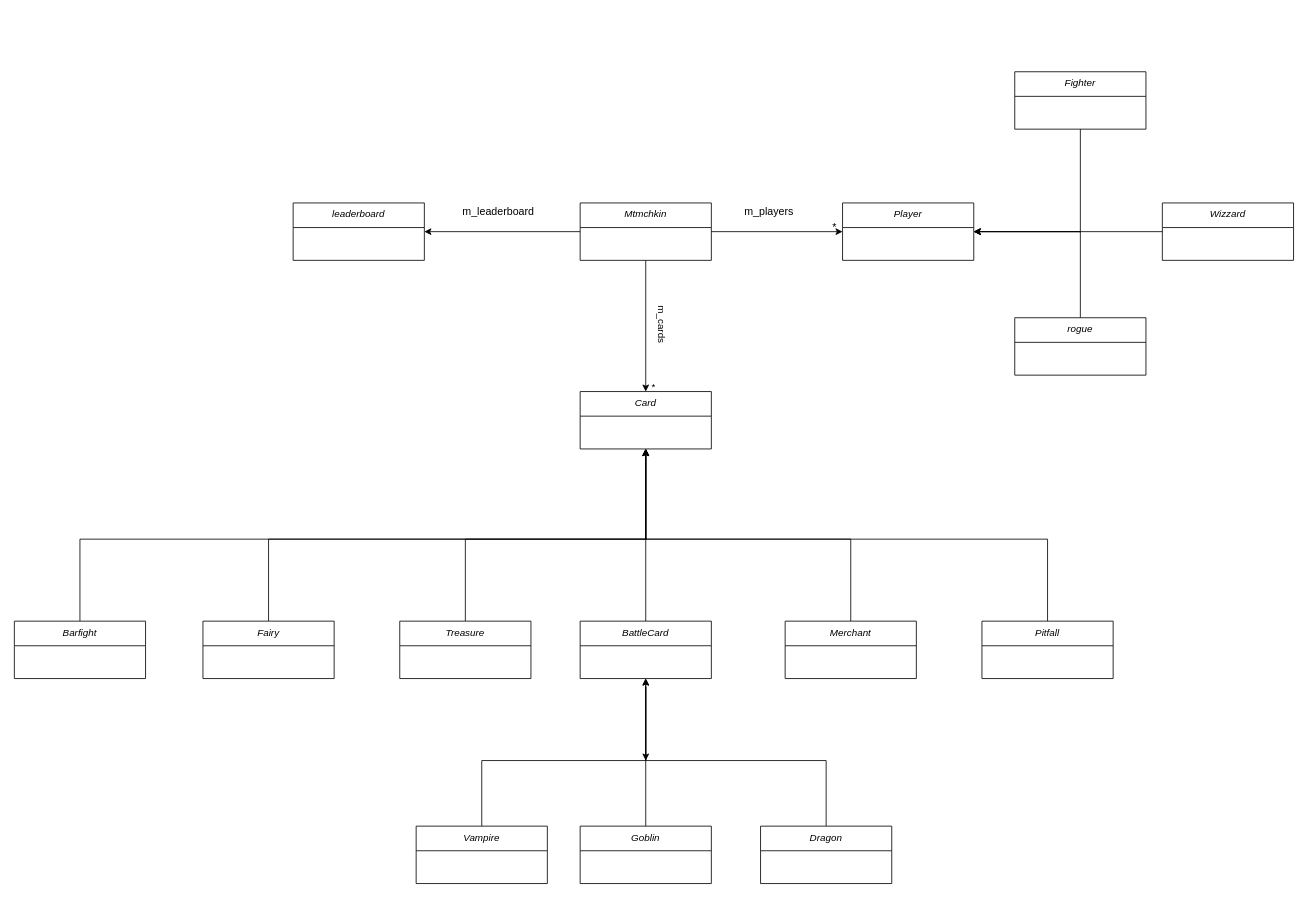
Above: hw_4_uml.drawio in tomash516/diagram (draw.io), before the change. Source tidied: cells renumbered, new cells numbered last; positions are measured from the earlier drawing's top-left corner, leaving out a move shared by most shapes. Both pictures are drawn from the tidied source at 82%, with x=0, y=0 at pixel (14, 71).
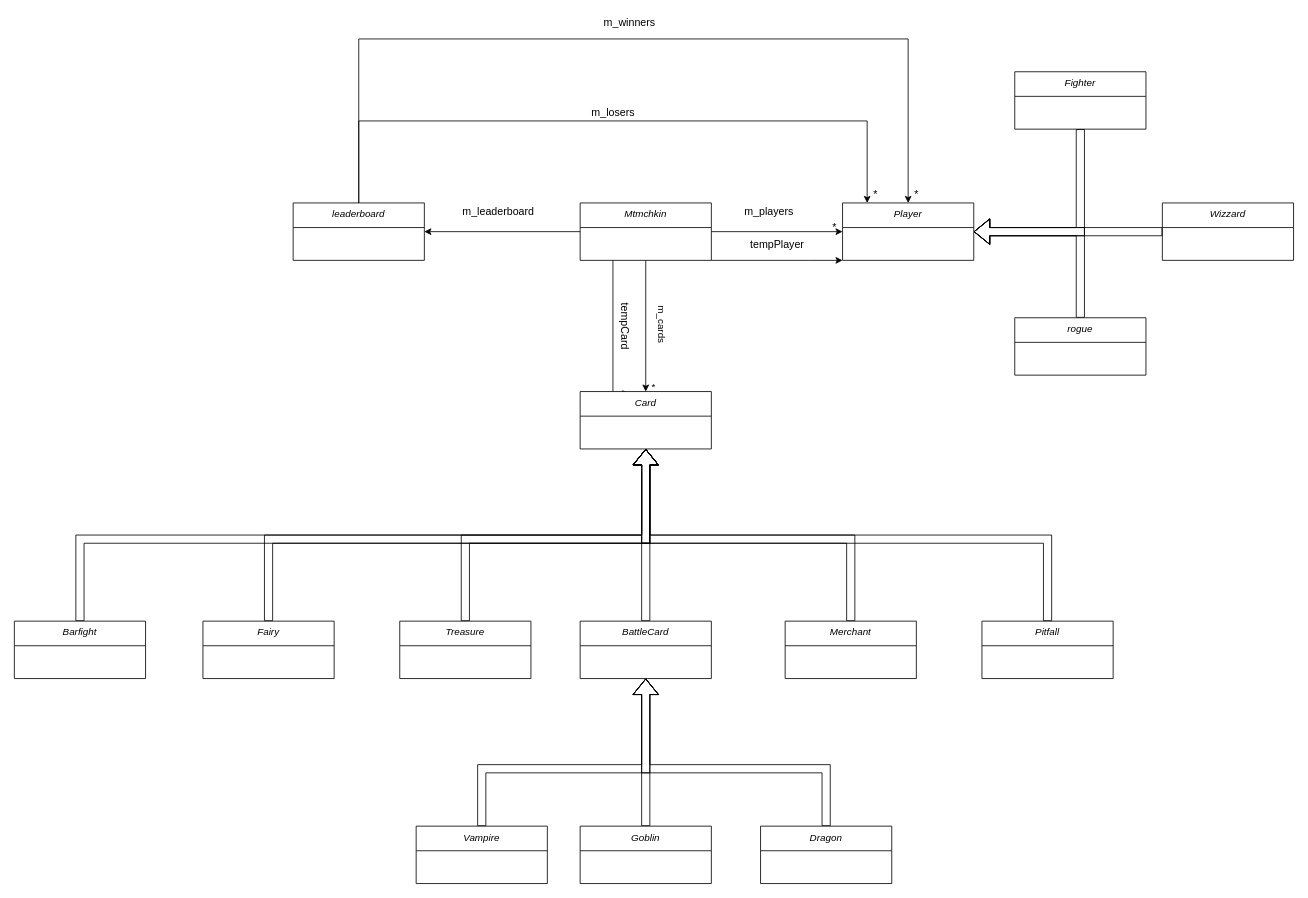
The same page after the edit.

Unchanged cells that the change refers to:
```xml
<mxCell id="5" value="Mtmchkin" style="swimlane;fontStyle=2;align=center;verticalAlign=top;horizontal=1;startSize=30;rounded=0;shadow=0;strokeWidth=1;" parent="1" vertex="1">
  <mxGeometry x="690" y="160" width="160" height="70" as="geometry" />
</mxCell>
<mxCell id="6" value="leaderboard" style="swimlane;fontStyle=2;align=center;verticalAlign=top;horizontal=1;startSize=30;rounded=0;shadow=0;strokeWidth=1;" parent="1" vertex="1">
  <mxGeometry x="340" y="160" width="160" height="70" as="geometry" />
</mxCell>
<mxCell id="7" value="Player" style="swimlane;fontStyle=2;align=center;verticalAlign=top;horizontal=1;startSize=30;rounded=0;shadow=0;strokeWidth=1;" parent="1" vertex="1">
  <mxGeometry x="1010" y="160" width="160" height="70" as="geometry" />
</mxCell>
<mxCell id="9" value="Card" style="swimlane;fontStyle=2;align=center;verticalAlign=top;horizontal=1;startSize=30;rounded=0;shadow=0;strokeWidth=1;" parent="1" vertex="1">
  <mxGeometry x="690" y="390" width="160" height="70" as="geometry" />
</mxCell>
<mxCell id="10" value="*" style="text;html=1;strokeColor=none;fillColor=none;align=center;verticalAlign=middle;whiteSpace=wrap;rounded=0;" parent="1" vertex="1">
  <mxGeometry x="750" y="370" width="60" height="30" as="geometry" />
</mxCell>
<mxCell id="15" value="Wizzard" style="swimlane;fontStyle=2;align=center;verticalAlign=top;horizontal=1;startSize=30;rounded=0;shadow=0;strokeWidth=1;" parent="1" vertex="1">
  <mxGeometry x="1400" y="160" width="160" height="70" as="geometry" />
</mxCell>
<mxCell id="17" value="Fighter" style="swimlane;fontStyle=2;align=center;verticalAlign=top;horizontal=1;startSize=30;rounded=0;shadow=0;strokeWidth=1;" parent="1" vertex="1">
  <mxGeometry x="1220" width="160" height="70" as="geometry" />
</mxCell>
<mxCell id="19" value="rogue" style="swimlane;fontStyle=2;align=center;verticalAlign=top;horizontal=1;startSize=30;rounded=0;shadow=0;strokeWidth=1;" parent="1" vertex="1">
  <mxGeometry x="1220" y="300" width="160" height="70" as="geometry" />
</mxCell>
<mxCell id="21" value="BattleCard" style="swimlane;fontStyle=2;align=center;verticalAlign=top;horizontal=1;startSize=30;rounded=0;shadow=0;strokeWidth=1;" parent="1" vertex="1">
  <mxGeometry x="690" y="670" width="160" height="70" as="geometry" />
</mxCell>
<mxCell id="23" value="Pitfall" style="swimlane;fontStyle=2;align=center;verticalAlign=top;horizontal=1;startSize=30;rounded=0;shadow=0;strokeWidth=1;" parent="1" vertex="1">
  <mxGeometry x="1180" y="670" width="160" height="70" as="geometry" />
</mxCell>
<mxCell id="25" value="Merchant" style="swimlane;fontStyle=2;align=center;verticalAlign=top;horizontal=1;startSize=30;rounded=0;shadow=0;strokeWidth=1;" parent="1" vertex="1">
  <mxGeometry x="940" y="670" width="160" height="70" as="geometry" />
</mxCell>
<mxCell id="27" value="Treasure" style="swimlane;fontStyle=2;align=center;verticalAlign=top;horizontal=1;startSize=30;rounded=0;shadow=0;strokeWidth=1;" parent="1" vertex="1">
  <mxGeometry x="470" y="670" width="160" height="70" as="geometry" />
</mxCell>
<mxCell id="29" value="Fairy" style="swimlane;fontStyle=2;align=center;verticalAlign=top;horizontal=1;startSize=30;rounded=0;shadow=0;strokeWidth=1;" parent="1" vertex="1">
  <mxGeometry x="230" y="670" width="160" height="70" as="geometry" />
</mxCell>
<mxCell id="31" value="Barfight" style="swimlane;fontStyle=2;align=center;verticalAlign=top;horizontal=1;startSize=30;rounded=0;shadow=0;strokeWidth=1;" parent="1" vertex="1">
  <mxGeometry y="670" width="160" height="70" as="geometry" />
</mxCell>
<mxCell id="33" value="Goblin" style="swimlane;fontStyle=2;align=center;verticalAlign=top;horizontal=1;startSize=30;rounded=0;shadow=0;strokeWidth=1;" parent="1" vertex="1">
  <mxGeometry x="690" y="920" width="160" height="70" as="geometry" />
</mxCell>
<mxCell id="35" value="Dragon" style="swimlane;fontStyle=2;align=center;verticalAlign=top;horizontal=1;startSize=30;rounded=0;shadow=0;strokeWidth=1;" parent="1" vertex="1">
  <mxGeometry x="910" y="920" width="160" height="70" as="geometry" />
</mxCell>
<mxCell id="37" value="Vampire" style="swimlane;fontStyle=2;align=center;verticalAlign=top;horizontal=1;startSize=30;rounded=0;shadow=0;strokeWidth=1;" parent="1" vertex="1">
  <mxGeometry x="490" y="920" width="160" height="70" as="geometry" />
</mxCell>
```

Diff of the diagram source:
```diff
@@
+    <mxCell id="38" style="edgeStyle=orthogonalEdgeStyle;rounded=0;jettySize=auto;html=1;entryX=0;entryY=0.75;entryDx=0;entryDy=0;fontSize=13;" parent="1" edge="1" source="5" target="10">
+      <mxGeometry relative="1" as="geometry">
+        <Array as="points">
+          <mxPoint x="730" y="393" />
+        </Array>
+      </mxGeometry>
+    </mxCell>
+    <mxCell id="39" style="edgeStyle=orthogonalEdgeStyle;rounded=0;jettySize=auto;html=1;entryX=0;entryY=1;entryDx=0;entryDy=0;fontSize=13;" parent="1" edge="1" source="5" target="7">
+      <mxGeometry relative="1" as="geometry">
+        <Array as="points">
+          <mxPoint x="970" y="230" />
+          <mxPoint x="970" y="230" />
+        </Array>
+      </mxGeometry>
+    </mxCell>
@@
+    <mxCell id="40" style="edgeStyle=orthogonalEdgeStyle;rounded=0;jettySize=auto;html=1;fontSize=13;entryX=0.5;entryY=0;entryDx=0;entryDy=0;" parent="1" edge="1" source="6" target="7">
+      <mxGeometry relative="1" as="geometry">
+        <Array as="points">
+          <mxPoint x="420" y="-40" />
+          <mxPoint x="1090" y="-40" />
+        </Array>
+      </mxGeometry>
+    </mxCell>
+    <mxCell id="41" style="edgeStyle=orthogonalEdgeStyle;rounded=0;jettySize=auto;html=1;fontSize=13;" parent="1" edge="1" source="6">
+      <mxGeometry relative="1" as="geometry">
+        <mxPoint x="1040" y="160" as="targetPoint" />
+        <Array as="points">
+          <mxPoint x="420" y="60" />
+        </Array>
+      </mxGeometry>
+    </mxCell>
@@
-    <mxCell id="14" style="edgeStyle=orthogonalEdgeStyle;rounded=0;jettySize=auto;html=1;entryX=1;entryY=0.5;entryDx=0;entryDy=0;fontSize=13;" parent="1" edge="1" source="15" target="7">
+    <mxCell id="14" style="edgeStyle=orthogonalEdgeStyle;rounded=0;jettySize=auto;html=1;entryX=1;entryY=0.5;entryDx=0;entryDy=0;fontSize=13;shape=flexArrow;" parent="1" edge="1" source="15" target="7">
       <mxGeometry relative="1" as="geometry" />
     </mxCell>
@@
-    <mxCell id="16" style="edgeStyle=orthogonalEdgeStyle;rounded=0;jettySize=auto;html=1;fontSize=13;entryX=1;entryY=0.5;entryDx=0;entryDy=0;" parent="1" edge="1" source="17" target="7">
+    <mxCell id="16" style="edgeStyle=orthogonalEdgeStyle;rounded=0;jettySize=auto;html=1;fontSize=13;entryX=1;entryY=0.5;entryDx=0;entryDy=0;shape=flexArrow;" parent="1" edge="1" source="17" target="7">
       <mxGeometry relative="1" as="geometry">
         <Array as="points">
           <mxPoint x="1300" y="195" />
         </Array>
       </mxGeometry>
     </mxCell>
@@
-    <mxCell id="18" style="edgeStyle=orthogonalEdgeStyle;rounded=0;jettySize=auto;html=1;fontSize=13;entryX=1;entryY=0.5;entryDx=0;entryDy=0;" parent="1" edge="1" source="19" target="7">
+    <mxCell id="18" style="edgeStyle=orthogonalEdgeStyle;rounded=0;jettySize=auto;html=1;fontSize=13;entryX=1;entryY=0.5;entryDx=0;entryDy=0;shape=flexArrow;" parent="1" edge="1" source="19" target="7">
       <mxGeometry relative="1" as="geometry">
         <Array as="points">
           <mxPoint x="1300" y="195" />
         </Array>
       </mxGeometry>
     </mxCell>
@@
-    <mxCell id="20" style="edgeStyle=orthogonalEdgeStyle;rounded=0;jettySize=auto;html=1;entryX=0.5;entryY=1;entryDx=0;entryDy=0;fontSize=13;" parent="1" edge="1" source="21" target="9">
+    <mxCell id="20" style="edgeStyle=orthogonalEdgeStyle;rounded=0;jettySize=auto;html=1;entryX=0.5;entryY=1;entryDx=0;entryDy=0;fontSize=13;shape=flexArrow;" parent="1" edge="1" source="21" target="9">
       <mxGeometry relative="1" as="geometry" />
     </mxCell>
@@
-    <mxCell id="22" style="edgeStyle=orthogonalEdgeStyle;rounded=0;jettySize=auto;html=1;entryX=0.5;entryY=1;entryDx=0;entryDy=0;fontSize=13;" parent="1" edge="1" source="23" target="9">
+    <mxCell id="22" style="edgeStyle=orthogonalEdgeStyle;rounded=0;jettySize=auto;html=1;entryX=0.5;entryY=1;entryDx=0;entryDy=0;fontSize=13;shape=flexArrow;" parent="1" edge="1" source="23" target="9">
       <mxGeometry relative="1" as="geometry">
         <Array as="points">
           <mxPoint x="1260" y="570" />
           <mxPoint x="770" y="570" />
         </Array>
       </mxGeometry>
     </mxCell>
@@
-    <mxCell id="24" style="edgeStyle=orthogonalEdgeStyle;rounded=0;jettySize=auto;html=1;fontSize=13;entryX=0.5;entryY=1;entryDx=0;entryDy=0;" parent="1" edge="1" source="25" target="9">
+    <mxCell id="24" style="edgeStyle=orthogonalEdgeStyle;rounded=0;jettySize=auto;html=1;fontSize=13;entryX=0.5;entryY=1;entryDx=0;entryDy=0;shape=flexArrow;" parent="1" edge="1" source="25" target="9">
       <mxGeometry relative="1" as="geometry">
         <Array as="points">
           <mxPoint x="1020" y="570" />
           <mxPoint x="770" y="570" />
         </Array>
       </mxGeometry>
     </mxCell>
@@
-    <mxCell id="26" style="edgeStyle=orthogonalEdgeStyle;rounded=0;jettySize=auto;html=1;entryX=0.5;entryY=1;entryDx=0;entryDy=0;fontSize=13;" parent="1" edge="1" source="27" target="9">
+    <mxCell id="26" style="edgeStyle=orthogonalEdgeStyle;rounded=0;jettySize=auto;html=1;entryX=0.5;entryY=1;entryDx=0;entryDy=0;fontSize=13;shape=flexArrow;" parent="1" edge="1" source="27" target="9">
       <mxGeometry relative="1" as="geometry">
         <Array as="points">
           <mxPoint x="550" y="570" />
           <mxPoint x="770" y="570" />
         </Array>
       </mxGeometry>
     </mxCell>
@@
-    <mxCell id="28" style="edgeStyle=orthogonalEdgeStyle;rounded=0;jettySize=auto;html=1;entryX=0.5;entryY=1;entryDx=0;entryDy=0;fontSize=13;" parent="1" edge="1" source="29" target="9">
+    <mxCell id="28" style="edgeStyle=orthogonalEdgeStyle;rounded=0;jettySize=auto;html=1;entryX=0.5;entryY=1;entryDx=0;entryDy=0;fontSize=13;shape=flexArrow;" parent="1" edge="1" source="29" target="9">
       <mxGeometry relative="1" as="geometry">
         <Array as="points">
           <mxPoint x="310" y="570" />
           <mxPoint x="770" y="570" />
         </Array>
       </mxGeometry>
     </mxCell>
@@
-    <mxCell id="30" style="edgeStyle=orthogonalEdgeStyle;rounded=0;jettySize=auto;html=1;fontSize=13;" parent="1" edge="1" source="31">
+    <mxCell id="30" style="edgeStyle=orthogonalEdgeStyle;rounded=0;jettySize=auto;html=1;fontSize=13;shape=flexArrow;" parent="1" edge="1" source="31">
       <mxGeometry relative="1" as="geometry">
         <mxPoint x="770" y="460" as="targetPoint" />
         <Array as="points">
           <mxPoint x="80" y="570" />
           <mxPoint x="770" y="570" />
         </Array>
       </mxGeometry>
     </mxCell>
@@
-    <mxCell id="32" style="edgeStyle=orthogonalEdgeStyle;rounded=0;jettySize=auto;html=1;fontSize=13;" parent="1" edge="1" source="33">
-      <mxGeometry relative="1" as="geometry">
-        <mxPoint x="770" y="840" as="targetPoint" />
-        <Array as="points">
-          <mxPoint x="770" y="750" />
-          <mxPoint x="770" y="750" />
-        </Array>
-      </mxGeometry>
-    </mxCell>
+    <mxCell id="42" style="edgeStyle=orthogonalEdgeStyle;shape=flexArrow;rounded=0;jettySize=auto;html=1;entryX=0.5;entryY=1;entryDx=0;entryDy=0;fontSize=13;" parent="1" edge="1" source="33" target="21">
+      <mxGeometry relative="1" as="geometry" />
+    </mxCell>
@@
-    <mxCell id="34" style="edgeStyle=orthogonalEdgeStyle;rounded=0;jettySize=auto;html=1;entryX=0.5;entryY=1;entryDx=0;entryDy=0;fontSize=13;" parent="1" edge="1" source="35" target="21">
-      <mxGeometry relative="1" as="geometry">
-        <Array as="points">
-          <mxPoint x="990" y="840" />
-          <mxPoint x="770" y="840" />
-        </Array>
-      </mxGeometry>
-    </mxCell>
+    <mxCell id="43" style="edgeStyle=orthogonalEdgeStyle;shape=flexArrow;rounded=0;jettySize=auto;html=1;fontSize=13;" parent="1" edge="1" source="35">
+      <mxGeometry relative="1" as="geometry">
+        <mxPoint x="770" y="740" as="targetPoint" />
+        <Array as="points">
+          <mxPoint x="990" y="850" />
+          <mxPoint x="770" y="850" />
+        </Array>
+      </mxGeometry>
+    </mxCell>
@@
-    <mxCell id="36" style="edgeStyle=orthogonalEdgeStyle;rounded=0;jettySize=auto;html=1;entryX=0.5;entryY=1;entryDx=0;entryDy=0;fontSize=13;" parent="1" edge="1" source="37" target="21">
-      <mxGeometry relative="1" as="geometry">
-        <Array as="points">
-          <mxPoint x="570" y="840" />
-          <mxPoint x="770" y="840" />
-        </Array>
-      </mxGeometry>
-    </mxCell>
+    <mxCell id="44" style="edgeStyle=orthogonalEdgeStyle;shape=flexArrow;rounded=0;jettySize=auto;html=1;fontSize=13;" parent="1" edge="1" source="37">
+      <mxGeometry relative="1" as="geometry">
+        <mxPoint x="770" y="740" as="targetPoint" />
+        <Array as="points">
+          <mxPoint x="570" y="850" />
+          <mxPoint x="770" y="850" />
+        </Array>
+      </mxGeometry>
+    </mxCell>
@@
+    <mxCell id="45" value="*" style="text;html=1;align=center;verticalAlign=middle;strokeColor=none;fillColor=none;fontSize=13;" parent="1" vertex="1">
+      <mxGeometry x="1090" y="140" width="20" height="20" as="geometry" />
+    </mxCell>
+    <mxCell id="46" value="m_winners" style="text;html=1;align=center;verticalAlign=middle;strokeColor=none;fillColor=none;fontSize=13;" parent="1" vertex="1">
+      <mxGeometry x="710" y="-70" width="80" height="20" as="geometry" />
+    </mxCell>
+    <mxCell id="47" value="*" style="text;html=1;align=center;verticalAlign=middle;strokeColor=none;fillColor=none;fontSize=13;" parent="1" vertex="1">
+      <mxGeometry x="1040" y="140" width="20" height="20" as="geometry" />
+    </mxCell>
+    <mxCell id="48" value="m_losers" style="text;html=1;align=center;verticalAlign=middle;strokeColor=none;fillColor=none;fontSize=13;" parent="1" vertex="1">
+      <mxGeometry x="695" y="40" width="70" height="20" as="geometry" />
+    </mxCell>
+    <mxCell id="49" value="tempCard" style="text;html=1;align=center;verticalAlign=middle;strokeColor=none;fillColor=none;fontSize=13;rotation=90;" parent="1" vertex="1">
+      <mxGeometry x="710" y="300" width="70" height="20" as="geometry" />
+    </mxCell>
+    <mxCell id="50" value="tempPlayer" style="text;html=1;align=center;verticalAlign=middle;strokeColor=none;fillColor=none;fontSize=13;" parent="1" vertex="1">
+      <mxGeometry x="890" y="200" width="80" height="20" as="geometry" />
+    </mxCell>
```
